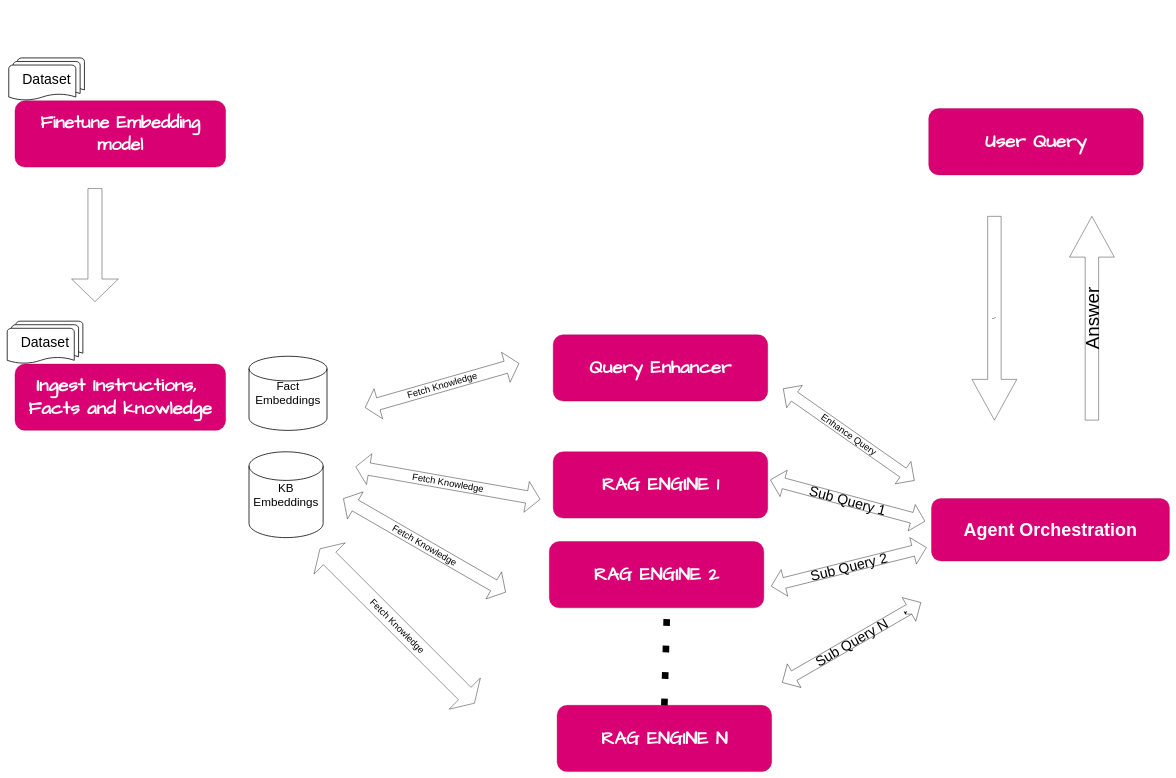
Earlier version of the draw.io diagram High level overview.drawio (Gajanana/New). Source tidied: cells renumbered, new cells numbered last; positions are measured from the earlier drawing's top-left corner, leaving out a move shared by most shapes. Both pictures are drawn from the tidied source at 39%, with x=0, y=0 at pixel (7, 58).
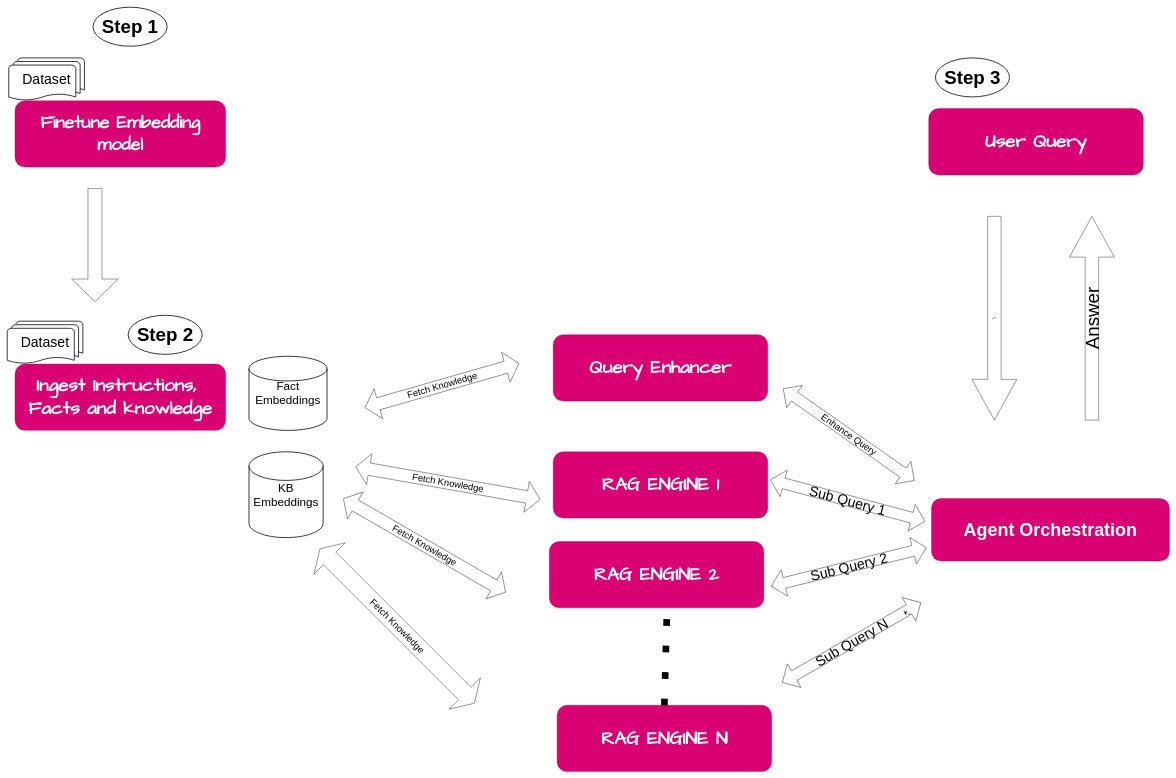
After the change.

What changed in the source:
```diff
@@
+    <mxCell id="27" value="&lt;font style=&quot;font-size: 48px;&quot;&gt;&lt;b&gt;Step 1&lt;/b&gt;&lt;/font&gt;" style="strokeWidth=2;html=1;shape=mxgraph.flowchart.start_1;whiteSpace=wrap;" parent="1" vertex="1">
+      <mxGeometry x="220" y="-130" width="190" height="100" as="geometry" />
+    </mxCell>
+    <mxCell id="28" value="&lt;font style=&quot;font-size: 48px;&quot;&gt;&lt;b&gt;Step 2&lt;/b&gt;&lt;/font&gt;" style="strokeWidth=2;html=1;shape=mxgraph.flowchart.start_1;whiteSpace=wrap;" parent="1" vertex="1">
+      <mxGeometry x="310" y="660" width="190" height="100" as="geometry" />
+    </mxCell>
+    <mxCell id="29" value="&lt;font style=&quot;font-size: 48px;&quot;&gt;&lt;b&gt;Step 3&lt;/b&gt;&lt;/font&gt;" style="strokeWidth=2;html=1;shape=mxgraph.flowchart.start_1;whiteSpace=wrap;" parent="1" vertex="1">
+      <mxGeometry x="2380" width="190" height="100" as="geometry" />
+    </mxCell>
```
